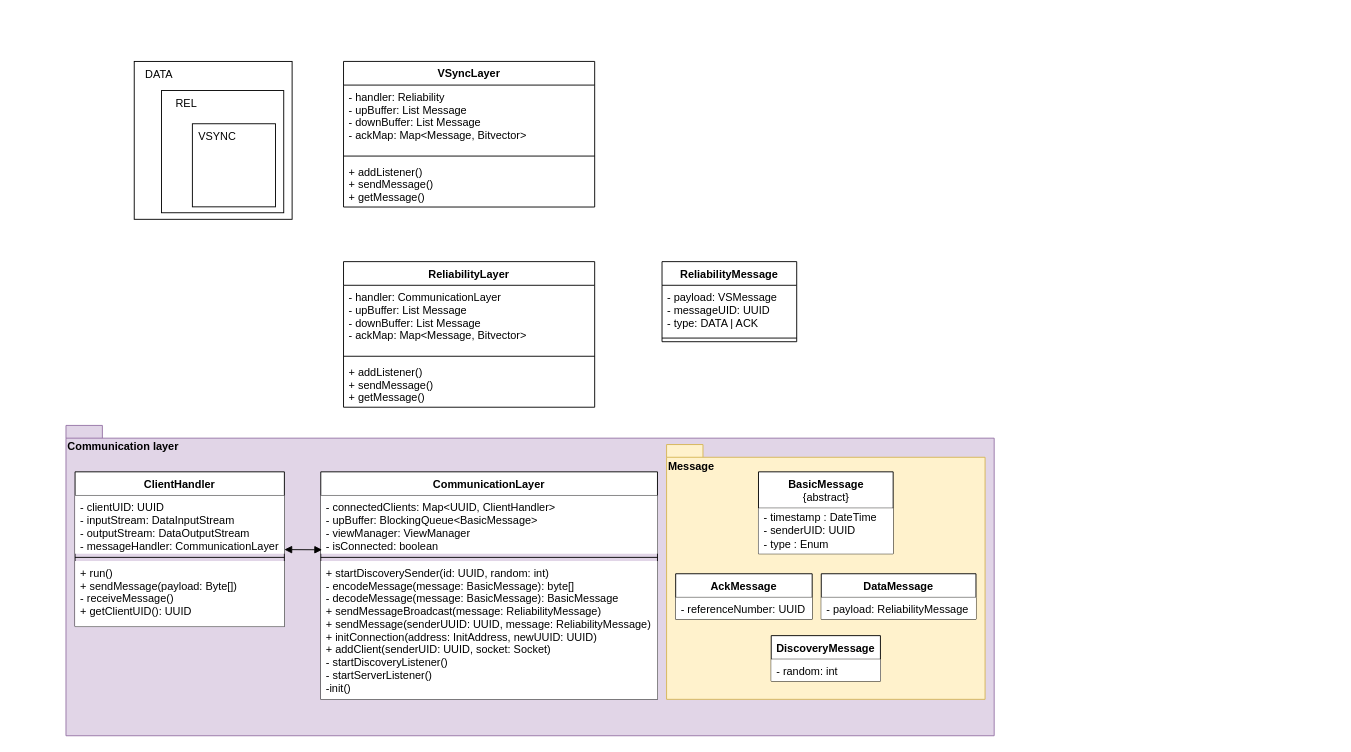
Earlier version of the draw.io diagram page "UML" (1 of 2) of doc/model.drawio (PolCeru/DS-RMPI). Source tidied: cells renumbered, new cells numbered last; positions are measured from the earlier drawing's top-left corner, leaving out a move shared by most shapes. Both pictures are drawn from the tidied source at 91%, with x=0, y=0 at pixel (66, 61).
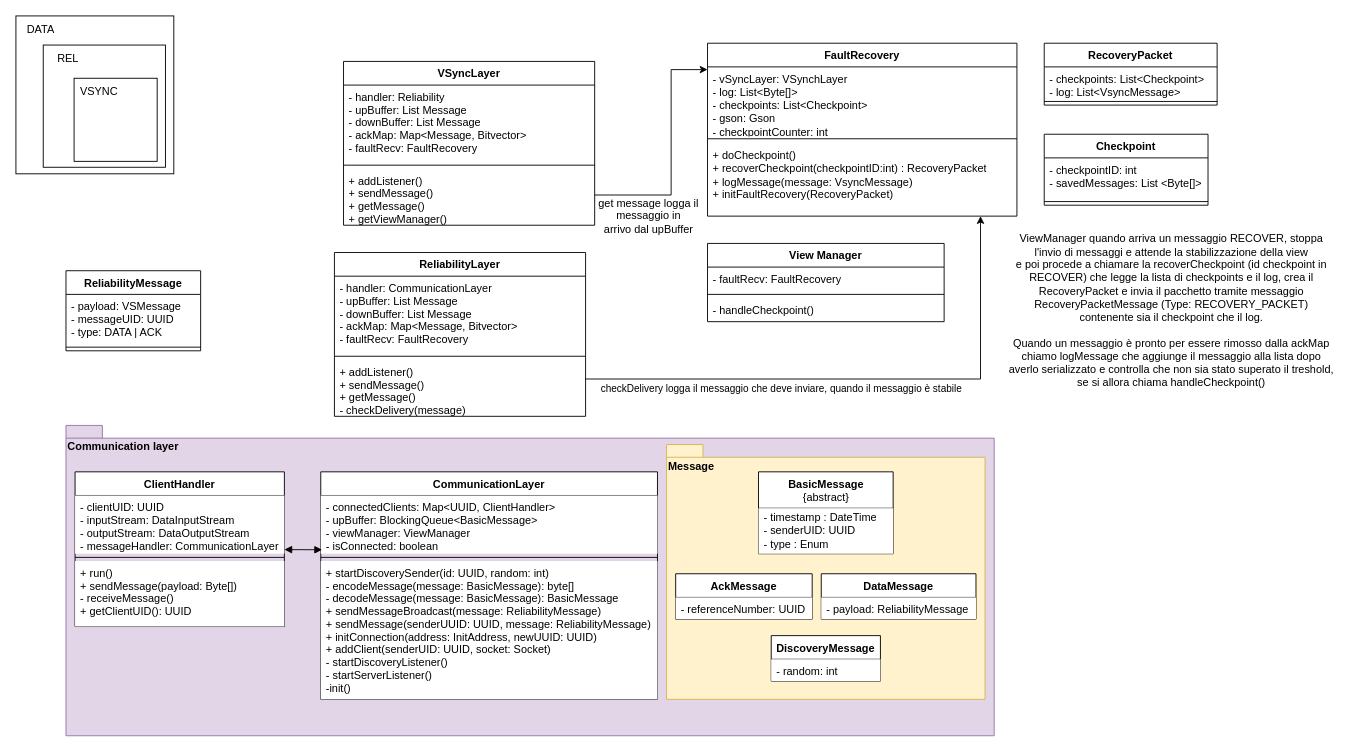
The same page after the edit.

Diff of the diagram source:
```diff
@@
     <mxCell id="2" value="ReliabilityLayer" style="swimlane;fontStyle=1;align=center;verticalAlign=top;horizontal=1;startSize=26;" parent="1" vertex="1">
-      <mxGeometry x="305" y="220" width="276" height="160" as="geometry" />
+      <mxGeometry x="295" y="210" width="276" height="180" as="geometry" />
     </mxCell>
-    <mxCell id="3" value="- handler: CommunicationLayer&#10;- upBuffer: List Message&#10;- downBuffer: List Message&#10;- ackMap: Map&lt;Message, Bitvector&gt;" style="text;strokeColor=none;fillColor=none;align=left;verticalAlign=top;spacingLeft=4;spacingRight=4;overflow=hidden;" parent="2" vertex="1">
-      <mxGeometry y="26" width="276" height="74" as="geometry" />
+    <mxCell id="3" value="- handler: CommunicationLayer&#10;- upBuffer: List Message&#10;- downBuffer: List Message&#10;- ackMap: Map&lt;Message, Bitvector&gt;&#10;- faultRecv: FaultRecovery" style="text;strokeColor=none;fillColor=none;align=left;verticalAlign=top;spacingLeft=4;spacingRight=4;overflow=hidden;" parent="2" vertex="1">
+      <mxGeometry y="26" width="276" height="84" as="geometry" />
     </mxCell>
     <mxCell id="4" style="line;strokeWidth=1;fillColor=none;align=left;verticalAlign=middle;spacingTop=-1;spacingLeft=3;spacingRight=3;labelPosition=right;strokeColor=inherit;" parent="2" vertex="1">
-      <mxGeometry y="100" width="276" height="8" as="geometry" />
+      <mxGeometry y="110" width="276" height="8" as="geometry" />
     </mxCell>
-    <mxCell id="5" value="+ addListener()&#10;+ sendMessage()&#10;+ getMessage()&#10;" style="text;strokeColor=none;fillColor=none;align=left;verticalAlign=top;spacingLeft=4;spacingRight=4;overflow=hidden;points=[[0,0.5],[1,0.5]];portConstraint=eastwest;" parent="2" vertex="1">
-      <mxGeometry y="108" width="276" height="52" as="geometry" />
+    <mxCell id="5" value="+ addListener()&#10;+ sendMessage()&#10;+ getMessage()&#10;- checkDelivery(message)&#10;" style="text;strokeColor=none;fillColor=none;align=left;verticalAlign=top;spacingLeft=4;spacingRight=4;overflow=hidden;points=[[0,0.5],[1,0.5]];portConstraint=eastwest;" parent="2" vertex="1">
+      <mxGeometry y="118" width="276" height="62" as="geometry" />
     </mxCell>
     <mxCell id="6" value="ReliabilityMessage" style="swimlane;fontStyle=1;align=center;verticalAlign=top;horizontal=1;startSize=26;" parent="1" vertex="1">
-      <mxGeometry x="655" y="220" width="148" height="88" as="geometry" />
+      <mxGeometry y="230" width="148" height="88" as="geometry" />
     </mxCell>
@@
     <mxCell id="9" value="VSyncLayer" style="swimlane;fontStyle=1;align=center;verticalAlign=top;horizontal=1;startSize=26;" parent="1" vertex="1">
-      <mxGeometry x="305" width="276" height="160" as="geometry" />
+      <mxGeometry x="305" width="276" height="180" as="geometry" />
     </mxCell>
-    <mxCell id="10" value="- handler: Reliability&#10;- upBuffer: List Message&#10;- downBuffer: List Message&#10;- ackMap: Map&lt;Message, Bitvector&gt;" style="text;strokeColor=none;fillColor=none;align=left;verticalAlign=top;spacingLeft=4;spacingRight=4;overflow=hidden;" parent="9" vertex="1">
-      <mxGeometry y="26" width="276" height="74" as="geometry" />
+    <mxCell id="10" value="- handler: Reliability&#10;- upBuffer: List Message&#10;- downBuffer: List Message&#10;- ackMap: Map&lt;Message, Bitvector&gt;&#10;- faultRecv: FaultRecovery" style="text;strokeColor=none;fillColor=none;align=left;verticalAlign=top;spacingLeft=4;spacingRight=4;overflow=hidden;" parent="9" vertex="1">
+      <mxGeometry y="26" width="276" height="84" as="geometry" />
     </mxCell>
     <mxCell id="11" style="line;strokeWidth=1;fillColor=none;align=left;verticalAlign=middle;spacingTop=-1;spacingLeft=3;spacingRight=3;labelPosition=right;strokeColor=inherit;" parent="9" vertex="1">
-      <mxGeometry y="100" width="276" height="8" as="geometry" />
+      <mxGeometry y="110" width="276" height="8" as="geometry" />
     </mxCell>
-    <mxCell id="12" value="+ addListener()&#10;+ sendMessage()&#10;+ getMessage()" style="text;strokeColor=none;fillColor=none;align=left;verticalAlign=top;spacingLeft=4;spacingRight=4;overflow=hidden;" parent="9" vertex="1">
-      <mxGeometry y="108" width="276" height="52" as="geometry" />
+    <mxCell id="12" value="+ addListener()&#10;+ sendMessage()&#10;+ getMessage()&#10;+ getViewManager()" style="text;strokeColor=none;fillColor=none;align=left;verticalAlign=top;spacingLeft=4;spacingRight=4;overflow=hidden;" parent="9" vertex="1">
+      <mxGeometry y="118" width="276" height="62" as="geometry" />
     </mxCell>
     <mxCell id="13" style="group;" parent="1" vertex="1">
-      <mxGeometry x="75" width="173.5" height="173.5" as="geometry" />
+      <mxGeometry x="-55" y="-50" width="173.5" height="173.5" as="geometry" />
     </mxCell>
@@
+    <mxCell id="41" value="FaultRecovery" style="swimlane;fontStyle=1;align=center;verticalAlign=top;horizontal=1;startSize=26;whiteSpace=wrap;html=1;" parent="1" vertex="1">
+      <mxGeometry x="705" y="-20" width="340" height="190" as="geometry" />
+    </mxCell>
+    <mxCell id="42" value="- vSyncLayer: VSynchLayer&lt;br&gt;- log: List&amp;lt;Byte[]&amp;gt;&lt;br&gt;- checkpoints: List&amp;lt;Checkpoint&amp;gt;&lt;br&gt;- gson: Gson&lt;br&gt;- checkpointCounter: int" style="text;strokeColor=none;fillColor=none;align=left;verticalAlign=top;spacingLeft=4;spacingRight=4;overflow=hidden;whiteSpace=wrap;html=1;" parent="41" vertex="1">
+      <mxGeometry y="26" width="340" height="74" as="geometry" />
+    </mxCell>
+    <mxCell id="43" style="line;strokeWidth=1;fillColor=none;align=left;verticalAlign=middle;spacingTop=-1;spacingLeft=3;spacingRight=3;labelPosition=right;strokeColor=inherit;" parent="41" vertex="1">
+      <mxGeometry y="100" width="340" height="10" as="geometry" />
+    </mxCell>
+    <mxCell id="44" value="+ doCheckpoint()&lt;br&gt;+ recoverCheckpoint(checkpointID:int) : RecoveryPacket&lt;br&gt;+ logMessage(message: VsyncMessage)&lt;br&gt;+ initFaultRecovery(RecoveryPacket)" style="text;strokeColor=none;fillColor=none;align=left;verticalAlign=top;spacingLeft=4;spacingRight=4;overflow=hidden;whiteSpace=wrap;html=1;" parent="41" vertex="1">
+      <mxGeometry y="110" width="340" height="80" as="geometry" />
+    </mxCell>
+    <mxCell id="45" style="edgeStyle=orthogonalEdgeStyle;rounded=0;jettySize=auto;html=1;exitX=1;exitY=0.5;exitDx=0;exitDy=0;" parent="1" edge="1" target="41">
+      <mxGeometry relative="1" as="geometry">
+        <mxPoint x="581" y="146.8" as="sourcePoint" />
+        <Array as="points">
+          <mxPoint x="665" y="147" />
+          <mxPoint x="665" y="9" />
+        </Array>
+      </mxGeometry>
+    </mxCell>
+    <mxCell id="46" value="get message logga il &lt;br&gt;messaggio in &lt;br&gt;arrivo dal upBuffer" style="text;html=1;align=center;verticalAlign=middle;strokeColor=none;fillColor=none;" parent="1" vertex="1">
+      <mxGeometry x="575" y="140" width="130" height="60" as="geometry" />
+    </mxCell>
+    <mxCell id="47" style="edgeStyle=orthogonalEdgeStyle;rounded=0;jettySize=auto;html=1;" parent="1" edge="1" source="5" target="41">
+      <mxGeometry relative="1" as="geometry">
+        <Array as="points">
+          <mxPoint x="1005" y="349" />
+          <mxPoint x="1005" y="20" />
+        </Array>
+      </mxGeometry>
+    </mxCell>
+    <mxCell id="48" value="checkDelivery logga il messaggio che deve inviare, quando il messaggio è stabile" style="edgeLabel;html=1;align=center;verticalAlign=middle;" parent="47" vertex="1">
+      <mxGeometry x="-0.55" y="-2" relative="1" as="geometry">
+        <mxPoint x="76" y="8" as="offset" />
+      </mxGeometry>
+    </mxCell>
+    <mxCell id="49" value="View Manager" style="swimlane;fontStyle=1;align=center;verticalAlign=top;horizontal=1;startSize=26;whiteSpace=wrap;html=1;" parent="1" vertex="1">
+      <mxGeometry x="705" y="200" width="260" height="86" as="geometry" />
+    </mxCell>
+    <mxCell id="50" value="- faultRecv: FaultRecovery" style="text;strokeColor=none;fillColor=none;align=left;verticalAlign=top;spacingLeft=4;spacingRight=4;overflow=hidden;whiteSpace=wrap;html=1;" parent="49" vertex="1">
+      <mxGeometry y="26" width="260" height="26" as="geometry" />
+    </mxCell>
+    <mxCell id="51" style="line;strokeWidth=1;fillColor=none;align=left;verticalAlign=middle;spacingTop=-1;spacingLeft=3;spacingRight=3;labelPosition=right;strokeColor=inherit;" parent="49" vertex="1">
+      <mxGeometry y="52" width="260" height="8" as="geometry" />
+    </mxCell>
+    <mxCell id="52" value="- handleCheckpoint()" style="text;strokeColor=none;fillColor=none;align=left;verticalAlign=top;spacingLeft=4;spacingRight=4;overflow=hidden;whiteSpace=wrap;html=1;" parent="49" vertex="1">
+      <mxGeometry y="60" width="260" height="26" as="geometry" />
+    </mxCell>
+    <mxCell id="53" value="RecoveryPacket" style="swimlane;fontStyle=1;align=center;verticalAlign=top;horizontal=1;startSize=26;whiteSpace=wrap;html=1;" parent="1" vertex="1">
+      <mxGeometry x="1075" y="-20" width="190" height="68" as="geometry" />
+    </mxCell>
+    <mxCell id="54" value="- checkpoints: List&amp;lt;Checkpoint&amp;gt;&lt;br&gt;- log: List&amp;lt;VsyncMessage&amp;gt;" style="text;strokeColor=none;fillColor=none;align=left;verticalAlign=top;spacingLeft=4;spacingRight=4;overflow=hidden;whiteSpace=wrap;html=1;" parent="53" vertex="1">
+      <mxGeometry y="26" width="190" height="34" as="geometry" />
+    </mxCell>
+    <mxCell id="55" style="line;strokeWidth=1;fillColor=none;align=left;verticalAlign=middle;spacingTop=-1;spacingLeft=3;spacingRight=3;labelPosition=right;strokeColor=inherit;" parent="53" vertex="1">
+      <mxGeometry y="60" width="190" height="8" as="geometry" />
+    </mxCell>
+    <mxCell id="56" value="Checkpoint" style="swimlane;fontStyle=1;align=center;verticalAlign=top;horizontal=1;startSize=26;whiteSpace=wrap;html=1;" parent="1" vertex="1">
+      <mxGeometry x="1075" y="80" width="180" height="78" as="geometry" />
+    </mxCell>
+    <mxCell id="57" value="- checkpointID: int&lt;br&gt;- savedMessages: List &amp;lt;Byte[]&amp;gt;" style="text;strokeColor=none;fillColor=none;align=left;verticalAlign=top;spacingLeft=4;spacingRight=4;overflow=hidden;whiteSpace=wrap;html=1;" parent="56" vertex="1">
+      <mxGeometry y="26" width="180" height="44" as="geometry" />
+    </mxCell>
+    <mxCell id="58" style="line;strokeWidth=1;fillColor=none;align=left;verticalAlign=middle;spacingTop=-1;spacingLeft=3;spacingRight=3;labelPosition=right;strokeColor=inherit;" parent="56" vertex="1">
+      <mxGeometry y="70" width="180" height="8" as="geometry" />
+    </mxCell>
+    <mxCell id="59" value="ViewManager quando arriva un messaggio RECOVER, stoppa l'invio di messaggi e attende la stabilizzazione della view&lt;br&gt;e poi procede a chiamare la recoverCheckpoint (id checkpoint in RECOVER) che legge la lista di checkpoints e il log, crea il RecoveryPacket e invia il pacchetto tramite messaggio RecoveryPacketMessage (Type: RECOVERY_PACKET) contenente sia il checkpoint che il log.&lt;br&gt;&lt;br&gt;Quando un messaggio è pronto per essere rimosso dalla ackMap chiamo logMessage che aggiunge il messaggio alla lista dopo averlo serializzato e controlla che non sia stato superato il treshold, se si allora chiama handleCheckpoint()" style="text;html=1;strokeColor=none;fillColor=none;align=center;verticalAlign=middle;whiteSpace=wrap;rounded=0;" parent="1" vertex="1">
+      <mxGeometry x="1035" y="201" width="360" height="146" as="geometry" />
+    </mxCell>
```
